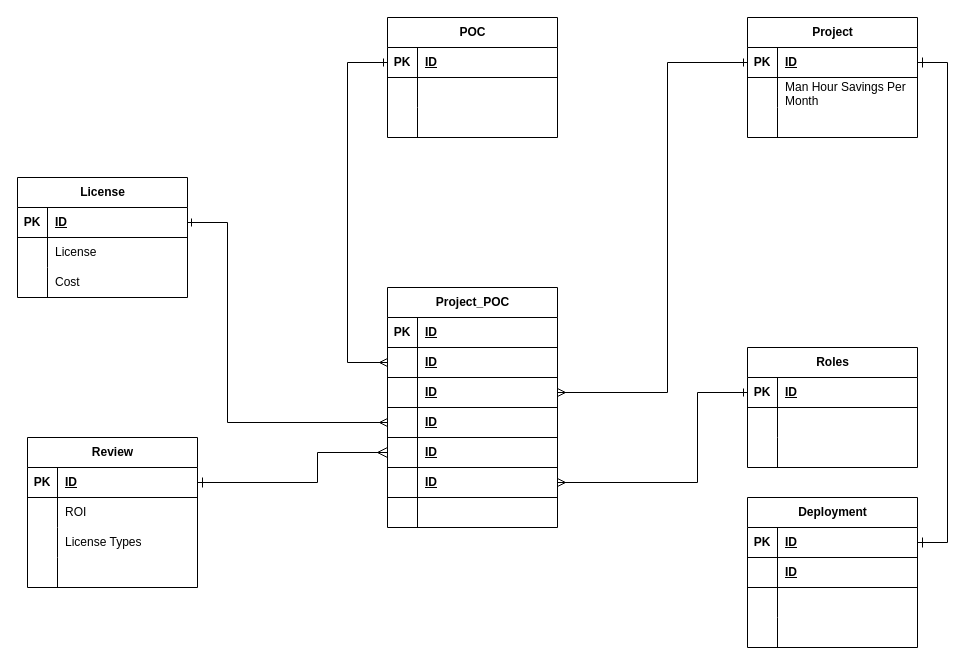
Before: page "Option-3" (3 of 5) of erd-projint-01.drawio in josjreyes/ProjectIntake, a draw.io diagram. Source tidied: cells renumbered, new cells numbered last; positions are measured from the earlier drawing's top-left corner, leaving out a move shared by most shapes. Both pictures are drawn from the tidied source at 100%, with x=0, y=0 at pixel (17, 17).
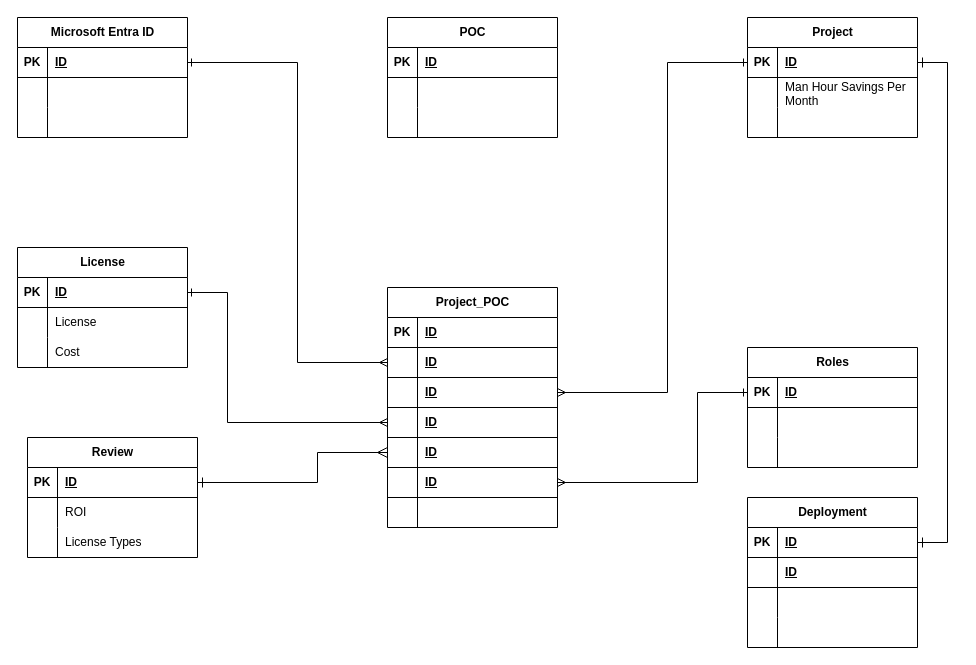
After the change.

The change refers to these unchanged cells:
```xml
<mxCell id="13" style="shape=tableRow;horizontal=0;startSize=0;swimlaneHead=0;swimlaneBody=0;fillColor=none;points=[[0,0.5],[1,0.5]];portConstraint=eastwest;top=0;left=0;right=0;bottom=1;" parent="12" vertex="1">
  <mxGeometry y="30" width="170" height="30" as="geometry" />
</mxCell>
<mxCell id="26" style="shape=tableRow;horizontal=0;startSize=0;swimlaneHead=0;swimlaneBody=0;fillColor=none;points=[[0,0.5],[1,0.5]];portConstraint=eastwest;top=0;left=0;right=0;bottom=1;" parent="22" vertex="1">
  <mxGeometry y="60" width="170" height="30" as="geometry" />
</mxCell>
<mxCell id="32" style="shape=tableRow;horizontal=0;startSize=0;swimlaneHead=0;swimlaneBody=0;fillColor=none;points=[[0,0.5],[1,0.5]];portConstraint=eastwest;top=0;left=0;right=0;bottom=1;" parent="22" vertex="1">
  <mxGeometry y="120" width="170" height="30" as="geometry" />
</mxCell>
<mxCell id="45" style="shape=tableRow;horizontal=0;startSize=0;swimlaneHead=0;swimlaneBody=0;fillColor=none;points=[[0,0.5],[1,0.5]];portConstraint=eastwest;top=0;left=0;right=0;bottom=1;" parent="44" vertex="1">
  <mxGeometry y="30" width="170" height="30" as="geometry" />
</mxCell>
```

What changed in the source:
```diff
@@
     <mxCell id="12" value="License" style="shape=table;startSize=30;childLayout=tableLayout;rowLines=0;fontStyle=1;align=center;html=1;" parent="1" vertex="1">
-      <mxGeometry y="160" width="170" height="120" as="geometry" />
+      <mxGeometry y="230" width="170" height="120" as="geometry" />
     </mxCell>
@@
-    <mxCell id="68" style="edgeStyle=orthogonalEdgeStyle;rounded=0;jettySize=auto;html=1;endArrow=ERone;endFill=0;startArrow=ERmany;startFill=0;exitX=0;exitY=0.5;exitDx=0;exitDy=0;entryX=0;entryY=0.5;entryDx=0;entryDy=0;" parent="1" edge="1" source="26" target="45">
+    <mxCell id="68" style="edgeStyle=orthogonalEdgeStyle;rounded=0;jettySize=auto;html=1;endArrow=ERone;endFill=0;startArrow=ERmany;startFill=0;exitX=0;exitY=0.5;exitDx=0;exitDy=0;entryX=1;entryY=0.5;entryDx=0;entryDy=0;" parent="1" edge="1" source="26" target="97">
       <mxGeometry relative="1" as="geometry">
         <Array as="points">
-          <mxPoint x="330" y="345" />
-          <mxPoint x="330" y="45" />
+          <mxPoint x="280" y="345" />
+          <mxPoint x="280" y="45" />
         </Array>
       </mxGeometry>
     </mxCell>
     <mxCell id="69" value="Review" style="shape=table;startSize=30;childLayout=tableLayout;rowLines=0;fontStyle=1;align=center;html=1;" parent="1" vertex="1">
-      <mxGeometry x="10" y="420" width="170" height="150" as="geometry" />
+      <mxGeometry x="10" y="420" width="170" height="120" as="geometry" />
     </mxCell>
@@
-    <mxCell id="79" style="shape=tableRow;horizontal=0;startSize=0;swimlaneHead=0;swimlaneBody=0;fillColor=none;top=0;left=0;right=0;bottom=0;" parent="69" vertex="1">
-      <mxGeometry y="120" width="170" height="30" as="geometry" />
-    </mxCell>
-    <mxCell id="80" style="shape=partialRectangle;fillColor=none;top=0;left=0;bottom=0;right=0;overflow=hidden;whiteSpace=wrap;html=1;" parent="79" vertex="1">
-      <mxGeometry width="30" height="30" as="geometry" />
-    </mxCell>
-    <mxCell id="81" style="shape=partialRectangle;fillColor=none;top=0;left=0;bottom=0;right=0;align=left;spacingLeft=6;overflow=hidden;whiteSpace=wrap;html=1;" parent="79" vertex="1">
-      <mxGeometry x="30" width="140" height="30" as="geometry" />
-    </mxCell>
@@
-    <mxCell id="94" style="edgeStyle=orthogonalEdgeStyle;rounded=0;jettySize=auto;html=1;endArrow=ERone;endFill=0;startArrow=ERmany;startFill=0;exitX=0;exitY=0.5;exitDx=0;exitDy=0;" parent="1" edge="1" source="32" target="13">
+    <mxCell id="94" style="edgeStyle=orthogonalEdgeStyle;rounded=0;jettySize=auto;html=1;endArrow=ERone;endFill=0;startArrow=ERmany;startFill=0;exitX=0;exitY=0.5;exitDx=0;exitDy=0;entryX=1;entryY=0.5;entryDx=0;entryDy=0;" parent="1" edge="1" source="32" target="13">
       <mxGeometry relative="1" as="geometry">
         <Array as="points">
           <mxPoint x="210" y="405" />
-          <mxPoint x="210" y="205" />
+          <mxPoint x="210" y="275" />
         </Array>
       </mxGeometry>
     </mxCell>
@@
+    <mxCell id="96" value="Microsoft Entra ID" style="shape=table;startSize=30;childLayout=tableLayout;rowLines=0;fontStyle=1;align=center;html=1;" parent="1" vertex="1">
+      <mxGeometry width="170" height="120" as="geometry" />
+    </mxCell>
+    <mxCell id="97" style="shape=tableRow;horizontal=0;startSize=0;swimlaneHead=0;swimlaneBody=0;fillColor=none;points=[[0,0.5],[1,0.5]];portConstraint=eastwest;top=0;left=0;right=0;bottom=1;" parent="96" vertex="1">
+      <mxGeometry y="30" width="170" height="30" as="geometry" />
+    </mxCell>
+    <mxCell id="98" value="PK" style="shape=partialRectangle;fillColor=none;top=0;left=0;bottom=0;right=0;fontStyle=1;overflow=hidden;whiteSpace=wrap;html=1;" parent="97" vertex="1">
+      <mxGeometry width="30" height="30" as="geometry" />
+    </mxCell>
+    <mxCell id="99" value="ID" style="shape=partialRectangle;fillColor=none;top=0;left=0;bottom=0;right=0;align=left;spacingLeft=6;fontStyle=5;overflow=hidden;whiteSpace=wrap;html=1;" parent="97" vertex="1">
+      <mxGeometry x="30" width="140" height="30" as="geometry" />
+    </mxCell>
+    <mxCell id="100" style="shape=tableRow;horizontal=0;startSize=0;swimlaneHead=0;swimlaneBody=0;fillColor=none;top=0;left=0;right=0;bottom=0;" parent="96" vertex="1">
+      <mxGeometry y="60" width="170" height="30" as="geometry" />
+    </mxCell>
+    <mxCell id="101" style="shape=partialRectangle;fillColor=none;top=0;left=0;bottom=0;right=0;overflow=hidden;whiteSpace=wrap;html=1;" parent="100" vertex="1">
+      <mxGeometry width="30" height="30" as="geometry" />
+    </mxCell>
+    <mxCell id="102" style="shape=partialRectangle;fillColor=none;top=0;left=0;bottom=0;right=0;align=left;spacingLeft=6;overflow=hidden;whiteSpace=wrap;html=1;" parent="100" vertex="1">
+      <mxGeometry x="30" width="140" height="30" as="geometry" />
+    </mxCell>
+    <mxCell id="103" style="shape=tableRow;horizontal=0;startSize=0;swimlaneHead=0;swimlaneBody=0;fillColor=none;top=0;left=0;right=0;bottom=0;" parent="96" vertex="1">
+      <mxGeometry y="90" width="170" height="30" as="geometry" />
+    </mxCell>
+    <mxCell id="104" style="shape=partialRectangle;fillColor=none;top=0;left=0;bottom=0;right=0;overflow=hidden;whiteSpace=wrap;html=1;" parent="103" vertex="1">
+      <mxGeometry width="30" height="30" as="geometry" />
+    </mxCell>
+    <mxCell id="105" style="shape=partialRectangle;fillColor=none;top=0;left=0;bottom=0;right=0;align=left;spacingLeft=6;overflow=hidden;whiteSpace=wrap;html=1;" parent="103" vertex="1">
+      <mxGeometry x="30" width="140" height="30" as="geometry" />
+    </mxCell>
```
